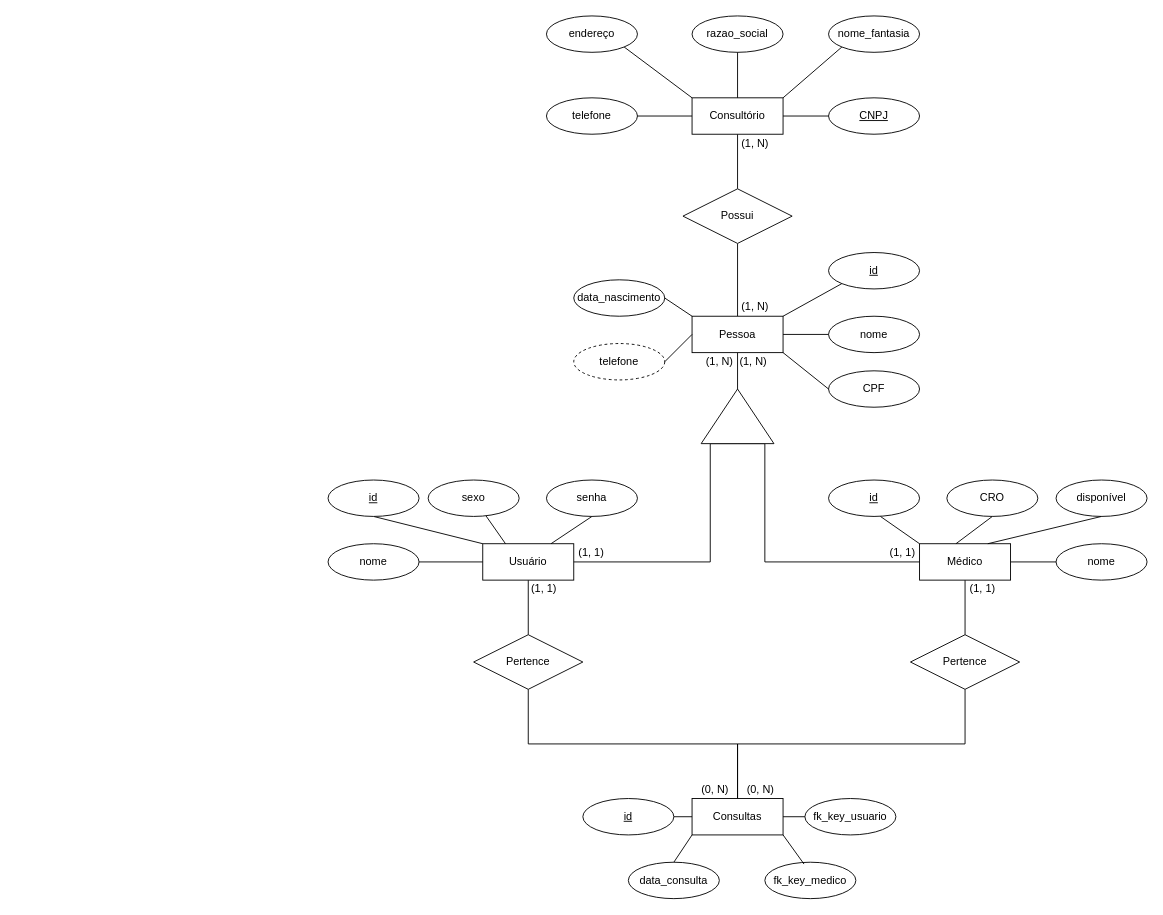
The draw.io diagram db/modelo_conceitual.drawio in Daniel-P-Lima/MedicalOffice, before the edit. Source tidied: cells renumbered, new cells numbered last; positions are measured from the earlier drawing's top-left corner, leaving out a move shared by most shapes. Both pictures are drawn from the tidied source at 91%, with x=0, y=0 at pixel (328, 15).
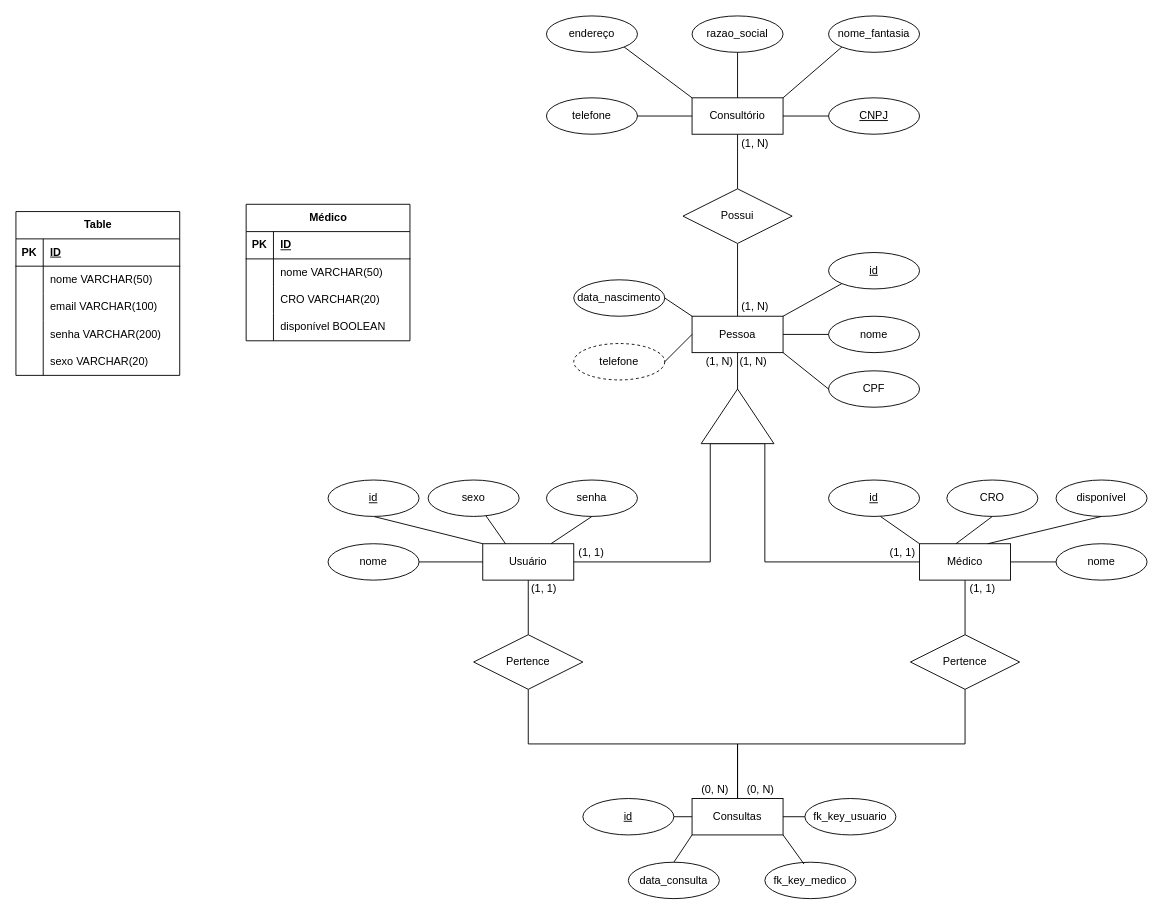
The same page after the edit.

Commit message:
Altera Modelo Conceitual

Diff of the diagram source:
```diff
@@
+    <mxCell id="74" value="Médico" style="shape=table;startSize=30;childLayout=tableLayout;rowLines=0;fontStyle=1;align=center;html=1;" parent="1" vertex="1">
+      <mxGeometry x="-90" y="207" width="180" height="150" as="geometry" />
+    </mxCell>
+    <mxCell id="75" style="shape=tableRow;horizontal=0;startSize=0;swimlaneHead=0;swimlaneBody=0;fillColor=none;top=0;left=0;right=0;bottom=1;" parent="74" vertex="1">
+      <mxGeometry y="30" width="180" height="30" as="geometry" />
+    </mxCell>
+    <mxCell id="76" value="PK" style="shape=partialRectangle;fillColor=none;top=0;left=0;bottom=0;right=0;fontStyle=1;overflow=hidden;whiteSpace=wrap;html=1;" parent="75" vertex="1">
+      <mxGeometry width="30" height="30" as="geometry" />
+    </mxCell>
+    <mxCell id="77" value="ID" style="shape=partialRectangle;fillColor=none;top=0;left=0;bottom=0;right=0;align=left;spacingLeft=6;fontStyle=5;overflow=hidden;whiteSpace=wrap;html=1;" parent="75" vertex="1">
+      <mxGeometry x="30" width="150" height="30" as="geometry" />
+    </mxCell>
+    <mxCell id="78" style="shape=tableRow;horizontal=0;startSize=0;swimlaneHead=0;swimlaneBody=0;fillColor=none;top=0;left=0;right=0;bottom=0;" parent="74" vertex="1">
+      <mxGeometry y="60" width="180" height="30" as="geometry" />
+    </mxCell>
+    <mxCell id="79" style="shape=partialRectangle;fillColor=none;top=0;left=0;bottom=0;right=0;overflow=hidden;whiteSpace=wrap;html=1;" parent="78" vertex="1">
+      <mxGeometry width="30" height="30" as="geometry" />
+    </mxCell>
+    <mxCell id="80" value="nome VARCHAR(50)" style="shape=partialRectangle;fillColor=none;top=0;left=0;bottom=0;right=0;align=left;spacingLeft=6;overflow=hidden;whiteSpace=wrap;html=1;" parent="78" vertex="1">
+      <mxGeometry x="30" width="150" height="30" as="geometry" />
+    </mxCell>
+    <mxCell id="81" style="shape=tableRow;horizontal=0;startSize=0;swimlaneHead=0;swimlaneBody=0;fillColor=none;top=0;left=0;right=0;bottom=0;" parent="74" vertex="1">
+      <mxGeometry y="90" width="180" height="30" as="geometry" />
+    </mxCell>
+    <mxCell id="82" style="shape=partialRectangle;fillColor=none;top=0;left=0;bottom=0;right=0;overflow=hidden;whiteSpace=wrap;html=1;" parent="81" vertex="1">
+      <mxGeometry width="30" height="30" as="geometry" />
+    </mxCell>
+    <mxCell id="83" value="CRO VARCHAR(20)" style="shape=partialRectangle;fillColor=none;top=0;left=0;bottom=0;right=0;align=left;spacingLeft=6;overflow=hidden;whiteSpace=wrap;html=1;" parent="81" vertex="1">
+      <mxGeometry x="30" width="150" height="30" as="geometry" />
+    </mxCell>
+    <mxCell id="84" style="shape=tableRow;horizontal=0;startSize=0;swimlaneHead=0;swimlaneBody=0;fillColor=none;top=0;left=0;right=0;bottom=0;" parent="74" vertex="1">
+      <mxGeometry y="120" width="180" height="30" as="geometry" />
+    </mxCell>
+    <mxCell id="85" style="shape=partialRectangle;fillColor=none;top=0;left=0;bottom=0;right=0;overflow=hidden;whiteSpace=wrap;html=1;" parent="84" vertex="1">
+      <mxGeometry width="30" height="30" as="geometry" />
+    </mxCell>
+    <mxCell id="86" value="disponível BOOLEAN" style="shape=partialRectangle;fillColor=none;top=0;left=0;bottom=0;right=0;align=left;spacingLeft=6;overflow=hidden;whiteSpace=wrap;html=1;" parent="84" vertex="1">
+      <mxGeometry x="30" width="150" height="30" as="geometry" />
+    </mxCell>
+    <mxCell id="87" style="shape=tableRow;horizontal=0;startSize=0;swimlaneHead=0;swimlaneBody=0;fillColor=none;top=0;left=0;right=0;bottom=0;" parent="1" vertex="1">
+      <mxGeometry x="-300" y="350" width="180" height="30" as="geometry" />
+    </mxCell>
+    <mxCell id="88" value="Table" style="shape=table;startSize=30;childLayout=tableLayout;rowLines=0;fontStyle=1;align=center;html=1;" parent="1" vertex="1">
+      <mxGeometry x="-343" y="215" width="180" height="180" as="geometry" />
+    </mxCell>
+    <mxCell id="89" style="shape=tableRow;horizontal=0;startSize=0;swimlaneHead=0;swimlaneBody=0;fillColor=none;top=0;left=0;right=0;bottom=1;" parent="88" vertex="1">
+      <mxGeometry y="30" width="180" height="30" as="geometry" />
+    </mxCell>
+    <mxCell id="90" value="PK" style="shape=partialRectangle;fillColor=none;top=0;left=0;bottom=0;right=0;fontStyle=1;overflow=hidden;whiteSpace=wrap;html=1;" parent="89" vertex="1">
+      <mxGeometry width="30" height="30" as="geometry" />
+    </mxCell>
+    <mxCell id="91" value="ID" style="shape=partialRectangle;fillColor=none;top=0;left=0;bottom=0;right=0;align=left;spacingLeft=6;fontStyle=5;overflow=hidden;whiteSpace=wrap;html=1;" parent="89" vertex="1">
+      <mxGeometry x="30" width="150" height="30" as="geometry" />
+    </mxCell>
+    <mxCell id="92" style="shape=tableRow;horizontal=0;startSize=0;swimlaneHead=0;swimlaneBody=0;fillColor=none;top=0;left=0;right=0;bottom=0;" parent="88" vertex="1">
+      <mxGeometry y="60" width="180" height="30" as="geometry" />
+    </mxCell>
+    <mxCell id="93" style="shape=partialRectangle;fillColor=none;top=0;left=0;bottom=0;right=0;overflow=hidden;whiteSpace=wrap;html=1;" parent="92" vertex="1">
+      <mxGeometry width="30" height="30" as="geometry" />
+    </mxCell>
+    <mxCell id="94" value="nome VARCHAR(50)" style="shape=partialRectangle;fillColor=none;top=0;left=0;bottom=0;right=0;align=left;spacingLeft=6;overflow=hidden;whiteSpace=wrap;html=1;" parent="92" vertex="1">
+      <mxGeometry x="30" width="150" height="30" as="geometry" />
+    </mxCell>
+    <mxCell id="95" style="shape=tableRow;horizontal=0;startSize=0;swimlaneHead=0;swimlaneBody=0;fillColor=none;top=0;left=0;right=0;bottom=0;" parent="88" vertex="1">
+      <mxGeometry y="90" width="180" height="30" as="geometry" />
+    </mxCell>
+    <mxCell id="96" style="shape=partialRectangle;fillColor=none;top=0;left=0;bottom=0;right=0;overflow=hidden;whiteSpace=wrap;html=1;" parent="95" vertex="1">
+      <mxGeometry width="30" height="30" as="geometry" />
+    </mxCell>
+    <mxCell id="97" value="email VARCHAR(100)" style="shape=partialRectangle;fillColor=none;top=0;left=0;bottom=0;right=0;align=left;spacingLeft=6;overflow=hidden;whiteSpace=wrap;html=1;" parent="95" vertex="1">
+      <mxGeometry x="30" width="150" height="30" as="geometry" />
+    </mxCell>
+    <mxCell id="98" style="shape=tableRow;horizontal=0;startSize=0;swimlaneHead=0;swimlaneBody=0;fillColor=none;top=0;left=0;right=0;bottom=0;" parent="88" vertex="1">
+      <mxGeometry y="120" width="180" height="30" as="geometry" />
+    </mxCell>
+    <mxCell id="99" style="shape=partialRectangle;fillColor=none;top=0;left=0;bottom=0;right=0;overflow=hidden;whiteSpace=wrap;html=1;" parent="98" vertex="1">
+      <mxGeometry width="30" height="30" as="geometry" />
+    </mxCell>
+    <mxCell id="100" value="senha VARCHAR(200)" style="shape=partialRectangle;fillColor=none;top=0;left=0;bottom=0;right=0;align=left;spacingLeft=6;overflow=hidden;whiteSpace=wrap;html=1;" parent="98" vertex="1">
+      <mxGeometry x="30" width="150" height="30" as="geometry" />
+    </mxCell>
+    <mxCell id="101" style="shape=tableRow;horizontal=0;startSize=0;swimlaneHead=0;swimlaneBody=0;fillColor=none;top=0;left=0;right=0;bottom=0;" parent="88" vertex="1">
+      <mxGeometry y="150" width="180" height="30" as="geometry" />
+    </mxCell>
+    <mxCell id="102" style="shape=partialRectangle;fillColor=none;top=0;left=0;bottom=0;right=0;overflow=hidden;whiteSpace=wrap;html=1;" parent="101" vertex="1">
+      <mxGeometry width="30" height="30" as="geometry" />
+    </mxCell>
+    <mxCell id="103" value="sexo VARCHAR(20)" style="shape=partialRectangle;fillColor=none;top=0;left=0;bottom=0;right=0;align=left;spacingLeft=6;overflow=hidden;whiteSpace=wrap;html=1;" parent="101" vertex="1">
+      <mxGeometry x="30" width="150" height="30" as="geometry" />
+    </mxCell>
```
